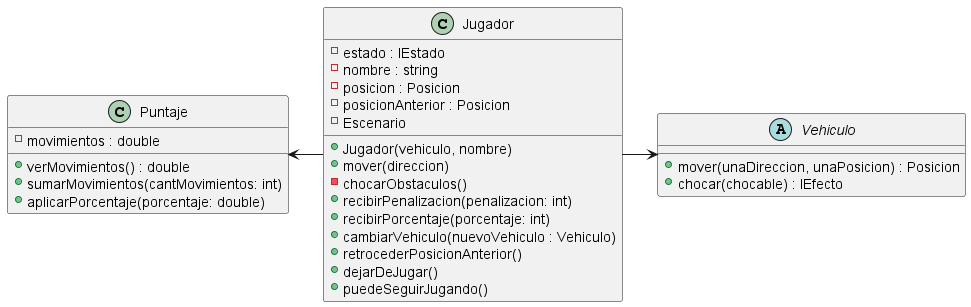
Before: diagrams/classes/Jugador/diagrama_Jugador_01_atributos.png, a diagram exported from PlantUML (NestorPala/T17-GPSChallenge).
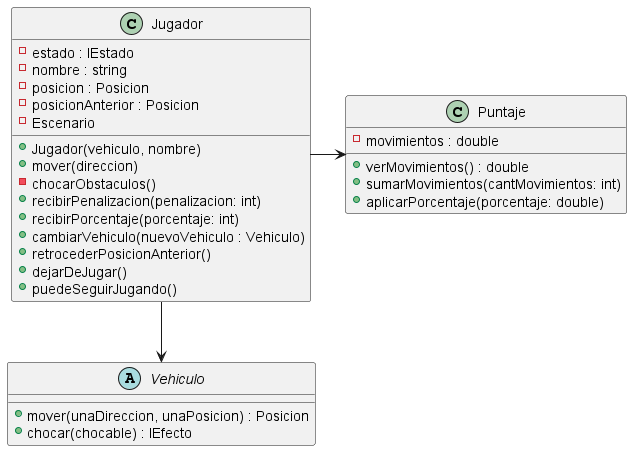
After the change.

Diff of the diagram source:
```diff
@@ -29,7 +29,7 @@
     + aplicarPorcentaje(porcentaje: double)
 }
 
-Jugador -> Vehiculo
-Puntaje <- Jugador
+Jugador -> Puntaje
+Jugador --> Vehiculo
 
 @enduml
```
